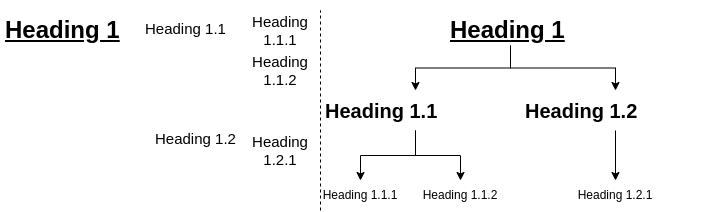
Before: book/en/img/outline-vs-graphic.png, a diagram exported from draw.io (SebastianRValdivia/WritingTheTabulaRasa). Source tidied: cells renumbered, new cells last; positions are measured from the earlier drawing's top-left corner, leaving out a move shared by most shapes. Its diagram source:
```xml
<mxGraphModel>
  <root>
    <mxCell id="0" />
    <mxCell id="1" parent="0" />
    <mxCell id="2" style="edgeStyle=orthogonalEdgeStyle;rounded=0;jettySize=auto;html=1;exitX=0.5;exitY=1;exitDx=0;exitDy=0;entryX=0.5;entryY=0;entryDx=0;entryDy=0;" parent="1" edge="1" source="4" target="9">
      <mxGeometry relative="1" as="geometry" />
    </mxCell>
    <mxCell id="3" style="edgeStyle=orthogonalEdgeStyle;rounded=0;jettySize=auto;html=1;exitX=0.5;exitY=1;exitDx=0;exitDy=0;entryX=0.5;entryY=0;entryDx=0;entryDy=0;" parent="1" edge="1" source="4" target="7">
      <mxGeometry relative="1" as="geometry" />
    </mxCell>
    <mxCell id="4" value="&lt;h1&gt;&lt;u&gt;Heading 1&lt;/u&gt;&lt;/h1&gt;" style="text;html=1;strokeColor=none;fillColor=none;spacing=5;spacingTop=-20;whiteSpace=wrap;overflow=hidden;rounded=0;" parent="1" vertex="1">
      <mxGeometry x="445" width="130" height="35" as="geometry" />
    </mxCell>
    <mxCell id="5" style="edgeStyle=orthogonalEdgeStyle;rounded=0;jettySize=auto;html=1;exitX=0.5;exitY=1;exitDx=0;exitDy=0;" parent="1" edge="1" source="7" target="10">
      <mxGeometry relative="1" as="geometry" />
    </mxCell>
    <mxCell id="6" style="edgeStyle=orthogonalEdgeStyle;rounded=0;jettySize=auto;html=1;exitX=0.5;exitY=1;exitDx=0;exitDy=0;" parent="1" edge="1" source="7" target="11">
      <mxGeometry relative="1" as="geometry" />
    </mxCell>
    <mxCell id="7" value="&lt;h1&gt;&lt;span style=&quot;font-size: 20px;&quot;&gt;Heading 1.1&lt;/span&gt;&lt;/h1&gt;" style="text;html=1;strokeColor=none;fillColor=none;spacing=5;spacingTop=-20;whiteSpace=wrap;overflow=hidden;rounded=0;" parent="1" vertex="1">
      <mxGeometry x="320" y="80" width="190" height="40" as="geometry" />
    </mxCell>
    <mxCell id="8" style="edgeStyle=orthogonalEdgeStyle;rounded=0;jettySize=auto;html=1;exitX=0.5;exitY=1;exitDx=0;exitDy=0;entryX=0.5;entryY=0;entryDx=0;entryDy=0;" parent="1" edge="1" source="9" target="12">
      <mxGeometry relative="1" as="geometry">
        <Array as="points">
          <mxPoint x="615" y="170" />
        </Array>
      </mxGeometry>
    </mxCell>
    <mxCell id="9" value="&lt;h1&gt;&lt;font style=&quot;font-size: 20px&quot;&gt;Heading 1.2&lt;/font&gt;&lt;/h1&gt;" style="text;html=1;strokeColor=none;fillColor=none;spacing=5;spacingTop=-20;whiteSpace=wrap;overflow=hidden;rounded=0;" parent="1" vertex="1">
      <mxGeometry x="520" y="80" width="190" height="40" as="geometry" />
    </mxCell>
    <mxCell id="10" value="Heading 1.1.1" style="text;html=1;strokeColor=none;fillColor=none;align=center;verticalAlign=middle;whiteSpace=wrap;rounded=0;" parent="1" vertex="1">
      <mxGeometry x="320" y="170" width="80" height="30" as="geometry" />
    </mxCell>
    <mxCell id="11" value="Heading 1.1.2" style="text;html=1;strokeColor=none;fillColor=none;align=center;verticalAlign=middle;whiteSpace=wrap;rounded=0;" parent="1" vertex="1">
      <mxGeometry x="420" y="170" width="80" height="30" as="geometry" />
    </mxCell>
    <mxCell id="12" value="Heading 1.2.1" style="text;html=1;strokeColor=none;fillColor=none;align=center;verticalAlign=middle;whiteSpace=wrap;rounded=0;" parent="1" vertex="1">
      <mxGeometry x="575" y="170" width="80" height="30" as="geometry" />
    </mxCell>
    <mxCell id="13" style="endArrow=none;dashed=1;html=1;rounded=0;exitX=0;exitY=1;exitDx=0;exitDy=0;" parent="1" edge="1" source="10">
      <mxGeometry relative="1" as="geometry">
        <mxPoint x="320" as="targetPoint" />
      </mxGeometry>
    </mxCell>
    <mxCell id="14" value="&lt;h1 style=&quot;font-size: 15px&quot;&gt;&lt;span style=&quot;font-weight: 400;&quot;&gt;Heading 1.1&lt;/span&gt;&lt;/h1&gt;" style="text;html=1;strokeColor=none;fillColor=none;spacing=5;spacingTop=-20;whiteSpace=wrap;overflow=hidden;rounded=0;fontSize=15;fontStyle=0;align=left;" parent="1" vertex="1">
      <mxGeometry x="140" y="10" width="130" height="40" as="geometry" />
    </mxCell>
    <mxCell id="15" value="&lt;h1 style=&quot;font-size: 15px&quot;&gt;&lt;span style=&quot;font-weight: 400;&quot;&gt;Heading 1.2&lt;/span&gt;&lt;/h1&gt;" style="text;html=1;strokeColor=none;fillColor=none;spacing=5;spacingTop=-20;whiteSpace=wrap;overflow=hidden;rounded=0;fontSize=15;fontStyle=0;" parent="1" vertex="1">
      <mxGeometry x="150" y="120" width="130" height="40" as="geometry" />
    </mxCell>
    <mxCell id="16" value="Heading 1.1.1" style="text;html=1;strokeColor=none;fillColor=none;align=center;verticalAlign=middle;whiteSpace=wrap;rounded=0;fontSize=15;fontStyle=0;" parent="1" vertex="1">
      <mxGeometry x="240" width="80" height="40" as="geometry" />
    </mxCell>
    <mxCell id="17" value="Heading 1.1.2" style="text;html=1;strokeColor=none;fillColor=none;align=center;verticalAlign=middle;whiteSpace=wrap;rounded=0;fontSize=15;" parent="1" vertex="1">
      <mxGeometry x="240" y="40" width="80" height="40" as="geometry" />
    </mxCell>
    <mxCell id="18" value="Heading 1.2.1" style="text;html=1;strokeColor=none;fillColor=none;align=center;verticalAlign=middle;whiteSpace=wrap;rounded=0;fontSize=15;fontStyle=0;" parent="1" vertex="1">
      <mxGeometry x="240" y="120" width="80" height="40" as="geometry" />
    </mxCell>
    <mxCell id="19" value="&lt;h1&gt;&lt;u&gt;Heading 1&lt;/u&gt;&lt;/h1&gt;" style="text;html=1;strokeColor=none;fillColor=none;spacing=5;spacingTop=-20;whiteSpace=wrap;overflow=hidden;rounded=0;" parent="1" vertex="1">
      <mxGeometry width="140" height="35" as="geometry" />
    </mxCell>
  </root>
</mxGraphModel>
```
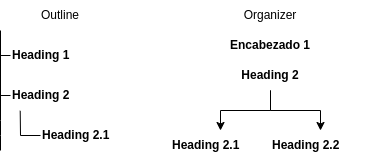
After the change.

The edit, as a diff of the source:
```diff
@@ -2,65 +2,66 @@
   <root>
     <mxCell id="0" />
     <mxCell id="1" parent="0" />
-    <mxCell id="2" style="edgeStyle=orthogonalEdgeStyle;rounded=0;jettySize=auto;html=1;exitX=0.5;exitY=1;exitDx=0;exitDy=0;entryX=0.5;entryY=0;entryDx=0;entryDy=0;" parent="1" edge="1" source="4" target="9">
-      <mxGeometry relative="1" as="geometry" />
-    </mxCell>
-    <mxCell id="3" style="edgeStyle=orthogonalEdgeStyle;rounded=0;jettySize=auto;html=1;exitX=0.5;exitY=1;exitDx=0;exitDy=0;entryX=0.5;entryY=0;entryDx=0;entryDy=0;" parent="1" edge="1" source="4" target="7">
-      <mxGeometry relative="1" as="geometry" />
-    </mxCell>
-    <mxCell id="4" value="&lt;h1&gt;&lt;u&gt;Heading 1&lt;/u&gt;&lt;/h1&gt;" style="text;html=1;strokeColor=none;fillColor=none;spacing=5;spacingTop=-20;whiteSpace=wrap;overflow=hidden;rounded=0;" parent="1" vertex="1">
-      <mxGeometry x="445" width="130" height="35" as="geometry" />
-    </mxCell>
-    <mxCell id="5" style="edgeStyle=orthogonalEdgeStyle;rounded=0;jettySize=auto;html=1;exitX=0.5;exitY=1;exitDx=0;exitDy=0;" parent="1" edge="1" source="7" target="10">
-      <mxGeometry relative="1" as="geometry" />
-    </mxCell>
-    <mxCell id="6" style="edgeStyle=orthogonalEdgeStyle;rounded=0;jettySize=auto;html=1;exitX=0.5;exitY=1;exitDx=0;exitDy=0;" parent="1" edge="1" source="7" target="11">
-      <mxGeometry relative="1" as="geometry" />
-    </mxCell>
-    <mxCell id="7" value="&lt;h1&gt;&lt;span style=&quot;font-size: 20px;&quot;&gt;Heading 1.1&lt;/span&gt;&lt;/h1&gt;" style="text;html=1;strokeColor=none;fillColor=none;spacing=5;spacingTop=-20;whiteSpace=wrap;overflow=hidden;rounded=0;" parent="1" vertex="1">
-      <mxGeometry x="320" y="80" width="190" height="40" as="geometry" />
-    </mxCell>
-    <mxCell id="8" style="edgeStyle=orthogonalEdgeStyle;rounded=0;jettySize=auto;html=1;exitX=0.5;exitY=1;exitDx=0;exitDy=0;entryX=0.5;entryY=0;entryDx=0;entryDy=0;" parent="1" edge="1" source="9" target="12">
-      <mxGeometry relative="1" as="geometry">
-        <Array as="points">
-          <mxPoint x="615" y="170" />
-        </Array>
-      </mxGeometry>
-    </mxCell>
-    <mxCell id="9" value="&lt;h1&gt;&lt;font style=&quot;font-size: 20px&quot;&gt;Heading 1.2&lt;/font&gt;&lt;/h1&gt;" style="text;html=1;strokeColor=none;fillColor=none;spacing=5;spacingTop=-20;whiteSpace=wrap;overflow=hidden;rounded=0;" parent="1" vertex="1">
-      <mxGeometry x="520" y="80" width="190" height="40" as="geometry" />
-    </mxCell>
-    <mxCell id="10" value="Heading 1.1.1" style="text;html=1;strokeColor=none;fillColor=none;align=center;verticalAlign=middle;whiteSpace=wrap;rounded=0;" parent="1" vertex="1">
-      <mxGeometry x="320" y="170" width="80" height="30" as="geometry" />
-    </mxCell>
-    <mxCell id="11" value="Heading 1.1.2" style="text;html=1;strokeColor=none;fillColor=none;align=center;verticalAlign=middle;whiteSpace=wrap;rounded=0;" parent="1" vertex="1">
-      <mxGeometry x="420" y="170" width="80" height="30" as="geometry" />
-    </mxCell>
-    <mxCell id="12" value="Heading 1.2.1" style="text;html=1;strokeColor=none;fillColor=none;align=center;verticalAlign=middle;whiteSpace=wrap;rounded=0;" parent="1" vertex="1">
-      <mxGeometry x="575" y="170" width="80" height="30" as="geometry" />
-    </mxCell>
-    <mxCell id="13" style="endArrow=none;dashed=1;html=1;rounded=0;exitX=0;exitY=1;exitDx=0;exitDy=0;" parent="1" edge="1" source="10">
-      <mxGeometry relative="1" as="geometry">
-        <mxPoint x="320" as="targetPoint" />
-      </mxGeometry>
-    </mxCell>
-    <mxCell id="14" value="&lt;h1 style=&quot;font-size: 15px&quot;&gt;&lt;span style=&quot;font-weight: 400;&quot;&gt;Heading 1.1&lt;/span&gt;&lt;/h1&gt;" style="text;html=1;strokeColor=none;fillColor=none;spacing=5;spacingTop=-20;whiteSpace=wrap;overflow=hidden;rounded=0;fontSize=15;fontStyle=0;align=left;" parent="1" vertex="1">
-      <mxGeometry x="140" y="10" width="130" height="40" as="geometry" />
-    </mxCell>
-    <mxCell id="15" value="&lt;h1 style=&quot;font-size: 15px&quot;&gt;&lt;span style=&quot;font-weight: 400;&quot;&gt;Heading 1.2&lt;/span&gt;&lt;/h1&gt;" style="text;html=1;strokeColor=none;fillColor=none;spacing=5;spacingTop=-20;whiteSpace=wrap;overflow=hidden;rounded=0;fontSize=15;fontStyle=0;" parent="1" vertex="1">
-      <mxGeometry x="150" y="120" width="130" height="40" as="geometry" />
-    </mxCell>
-    <mxCell id="16" value="Heading 1.1.1" style="text;html=1;strokeColor=none;fillColor=none;align=center;verticalAlign=middle;whiteSpace=wrap;rounded=0;fontSize=15;fontStyle=0;" parent="1" vertex="1">
-      <mxGeometry x="240" width="80" height="40" as="geometry" />
-    </mxCell>
-    <mxCell id="17" value="Heading 1.1.2" style="text;html=1;strokeColor=none;fillColor=none;align=center;verticalAlign=middle;whiteSpace=wrap;rounded=0;fontSize=15;" parent="1" vertex="1">
-      <mxGeometry x="240" y="40" width="80" height="40" as="geometry" />
-    </mxCell>
-    <mxCell id="18" value="Heading 1.2.1" style="text;html=1;strokeColor=none;fillColor=none;align=center;verticalAlign=middle;whiteSpace=wrap;rounded=0;fontSize=15;fontStyle=0;" parent="1" vertex="1">
-      <mxGeometry x="240" y="120" width="80" height="40" as="geometry" />
-    </mxCell>
-    <mxCell id="19" value="&lt;h1&gt;&lt;u&gt;Heading 1&lt;/u&gt;&lt;/h1&gt;" style="text;html=1;strokeColor=none;fillColor=none;spacing=5;spacingTop=-20;whiteSpace=wrap;overflow=hidden;rounded=0;" parent="1" vertex="1">
-      <mxGeometry width="140" height="35" as="geometry" />
-    </mxCell>
+    <mxCell id="20" value="&lt;b&gt;Heading 1&lt;/b&gt;" style="text;html=1;strokeColor=none;fillColor=none;align=left;verticalAlign=middle;whiteSpace=wrap;rounded=0;" parent="1" vertex="1">
+      <mxGeometry x="50" y="130" width="100" height="30" as="geometry" />
+    </mxCell>
+    <mxCell id="21" value="&lt;b&gt;Heading 2&lt;/b&gt;" style="text;html=1;strokeColor=none;fillColor=none;align=left;verticalAlign=middle;whiteSpace=wrap;rounded=0;" parent="1" vertex="1">
+      <mxGeometry x="50" y="170" width="100" height="30" as="geometry" />
+    </mxCell>
+    <mxCell id="22" value="&lt;b&gt;Heading 2.1&lt;/b&gt;" style="text;html=1;strokeColor=none;fillColor=none;align=left;verticalAlign=middle;whiteSpace=wrap;rounded=0;" parent="1" vertex="1">
+      <mxGeometry x="80" y="210" width="100" height="30" as="geometry" />
+    </mxCell>
+    <mxCell id="23" style="endArrow=none;html=1;rounded=0;" parent="1" edge="1">
+      <mxGeometry relative="1" as="geometry">
+        <mxPoint x="40" y="190" as="sourcePoint" />
+        <mxPoint x="40" y="120" as="targetPoint" />
+      </mxGeometry>
+    </mxCell>
+    <mxCell id="24" style="endArrow=none;html=1;rounded=0;entryX=0;entryY=0.5;entryDx=0;entryDy=0;" parent="1" edge="1" target="20">
+      <mxGeometry relative="1" as="geometry">
+        <mxPoint x="40" y="145" as="sourcePoint" />
+      </mxGeometry>
+    </mxCell>
+    <mxCell id="25" style="endArrow=none;html=1;rounded=0;entryX=0;entryY=0.5;entryDx=0;entryDy=0;" parent="1" edge="1" target="21">
+      <mxGeometry relative="1" as="geometry">
+        <mxPoint x="40" y="240" as="sourcePoint" />
+        <Array as="points">
+          <mxPoint x="40" y="225" />
+          <mxPoint x="40" y="210" />
+          <mxPoint x="40" y="185" />
+        </Array>
+      </mxGeometry>
+    </mxCell>
+    <mxCell id="26" style="endArrow=none;html=1;rounded=0;entryX=0.097;entryY=1.011;entryDx=0;entryDy=0;exitX=0;exitY=0.5;exitDx=0;exitDy=0;entryPerimeter=0;" parent="1" edge="1" source="22" target="21">
+      <mxGeometry relative="1" as="geometry">
+        <Array as="points">
+          <mxPoint x="60" y="225" />
+        </Array>
+      </mxGeometry>
+    </mxCell>
+    <mxCell id="27" value="&lt;b&gt;Encabezado 1&lt;/b&gt;" style="text;html=1;strokeColor=none;fillColor=none;align=center;verticalAlign=middle;whiteSpace=wrap;rounded=0;" parent="1" vertex="1">
+      <mxGeometry x="260" y="120" width="100" height="30" as="geometry" />
+    </mxCell>
+    <mxCell id="28" style="edgeStyle=orthogonalEdgeStyle;rounded=0;jettySize=auto;html=1;exitX=0.5;exitY=1;exitDx=0;exitDy=0;" parent="1" edge="1" source="30" target="31">
+      <mxGeometry relative="1" as="geometry" />
+    </mxCell>
+    <mxCell id="29" style="edgeStyle=orthogonalEdgeStyle;rounded=0;jettySize=auto;html=1;exitX=0.5;exitY=1;exitDx=0;exitDy=0;entryX=0.5;entryY=0;entryDx=0;entryDy=0;" parent="1" edge="1" source="30" target="32">
+      <mxGeometry relative="1" as="geometry" />
+    </mxCell>
+    <mxCell id="30" value="&lt;b&gt;Heading 2&lt;/b&gt;" style="text;html=1;strokeColor=none;fillColor=none;align=center;verticalAlign=middle;whiteSpace=wrap;rounded=0;" parent="1" vertex="1">
+      <mxGeometry x="260" y="150" width="100" height="30" as="geometry" />
+    </mxCell>
+    <mxCell id="31" value="&lt;b&gt;Heading 2.1&lt;/b&gt;" style="text;html=1;strokeColor=none;fillColor=none;align=left;verticalAlign=middle;whiteSpace=wrap;rounded=0;" parent="1" vertex="1">
+      <mxGeometry x="210" y="220" width="100" height="30" as="geometry" />
+    </mxCell>
+    <mxCell id="32" value="&lt;b&gt;Heading 2.2&lt;/b&gt;" style="text;html=1;strokeColor=none;fillColor=none;align=left;verticalAlign=middle;whiteSpace=wrap;rounded=0;" parent="1" vertex="1">
+      <mxGeometry x="310" y="220" width="100" height="30" as="geometry" />
+    </mxCell>
+    <mxCell id="33" value="Outline" style="text;html=1;strokeColor=none;fillColor=none;align=center;verticalAlign=middle;whiteSpace=wrap;rounded=0;" parent="1" vertex="1">
+      <mxGeometry x="45" y="90" width="110" height="30" as="geometry" />
+    </mxCell>
+    <mxCell id="34" value="Organizer" style="text;html=1;strokeColor=none;fillColor=none;align=center;verticalAlign=middle;whiteSpace=wrap;rounded=0;" parent="1" vertex="1">
+      <mxGeometry x="255" y="90" width="110" height="30" as="geometry" />
+    </mxCell>
   </root>
 </mxGraphModel>
```
